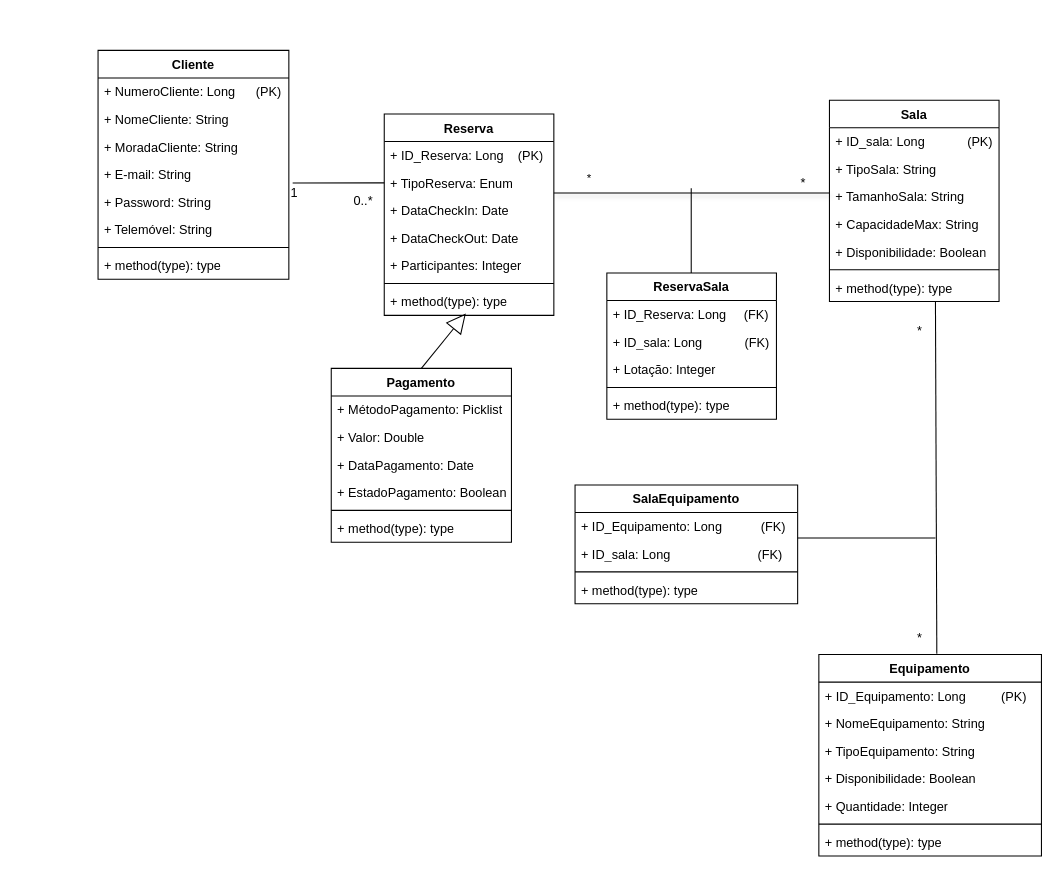
Before: page "Page-1" (1 of 2) of UMLDiagram.drawio in ic3K1ng/Rooms-Equipments, a draw.io diagram. Source tidied: cells renumbered, new cells numbered last; positions are measured from the earlier drawing's top-left corner, leaving out a move shared by most shapes. Both pictures are drawn from the tidied source at 106%, with x=0, y=0 at pixel (98, 50).
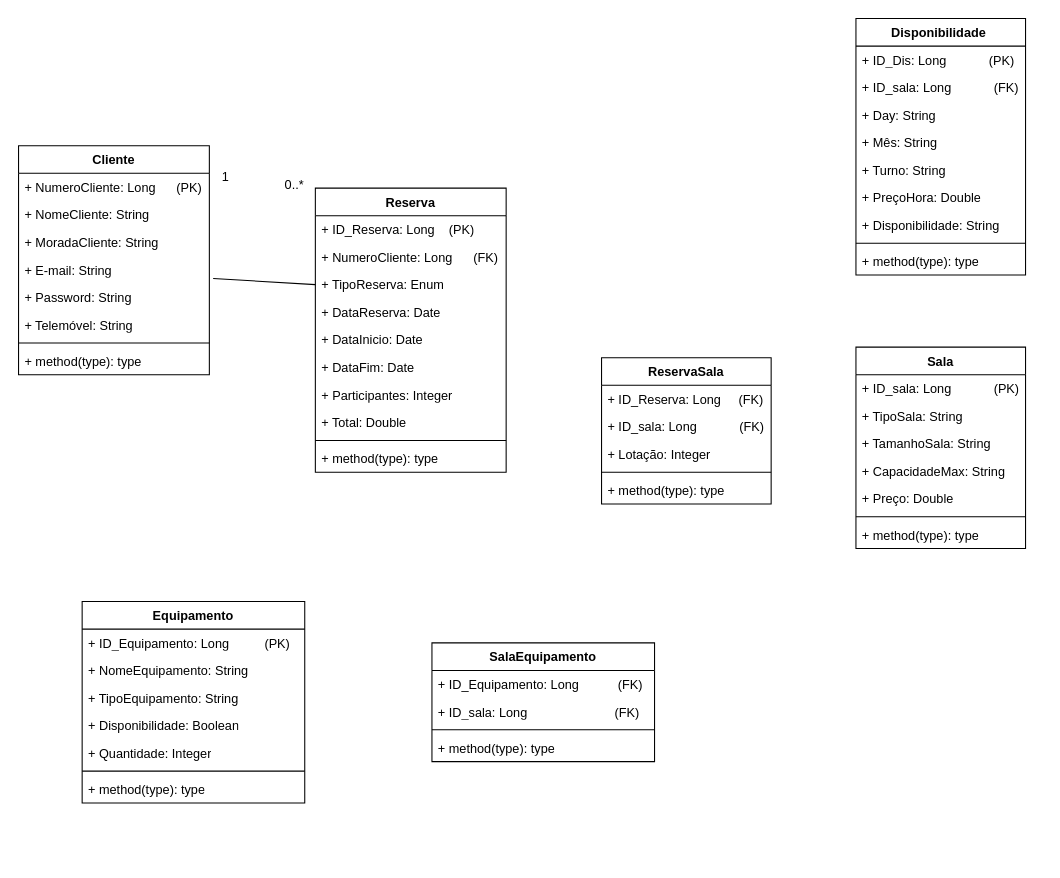
After the change.

Commit message:
One page added to the project

The change refers to these unchanged cells:
```xml
<mxCell id="14" value="+ TamanhoSala: String" style="text;strokeColor=none;fillColor=none;align=left;verticalAlign=top;spacingLeft=4;spacingRight=4;overflow=hidden;points=[[0,0.5],[1,0.5]];portConstraint=eastwest;whiteSpace=wrap;html=1;" parent="11" vertex="1">
  <mxGeometry y="78" width="160" height="26" as="geometry" />
</mxCell>
```

Change to the diagram source:
```diff
@@
     <mxCell id="2" value="Cliente" style="swimlane;fontStyle=1;align=center;verticalAlign=top;horizontal=1;startSize=26;whiteSpace=wrap;html=1;" parent="1" vertex="1">
-      <mxGeometry width="180" height="216" as="geometry" />
+      <mxGeometry x="-75" y="90" width="180" height="216" as="geometry" />
     </mxCell>
@@
     <mxCell id="11" value="Sala" style="swimlane;fontStyle=1;align=center;verticalAlign=top;horizontal=1;startSize=26;whiteSpace=wrap;html=1;" parent="1" vertex="1">
-      <mxGeometry x="690" y="47" width="160" height="190" as="geometry" />
+      <mxGeometry x="715" y="280" width="160" height="190" as="geometry" />
     </mxCell>
@@
-    <mxCell id="16" value="+ Disponibilidade: Boolean" style="text;strokeColor=none;fillColor=none;align=left;verticalAlign=top;spacingLeft=4;spacingRight=4;overflow=hidden;whiteSpace=wrap;html=1;" parent="11" vertex="1">
-      <mxGeometry y="130" width="160" height="26" as="geometry" />
-    </mxCell>
+    <mxCell id="64" value="+ Preço: Double" style="text;strokeColor=none;fillColor=none;align=left;verticalAlign=top;spacingLeft=4;spacingRight=4;overflow=hidden;whiteSpace=wrap;html=1;" parent="11" vertex="1">
+      <mxGeometry y="130" width="160" height="26" as="geometry" />
+    </mxCell>
@@
     <mxCell id="19" value="Reserva" style="swimlane;fontStyle=1;align=center;verticalAlign=top;horizontal=1;startSize=26;whiteSpace=wrap;html=1;" parent="1" vertex="1">
-      <mxGeometry x="270" y="60" width="160" height="190" as="geometry" />
+      <mxGeometry x="205" y="130" width="180" height="268" as="geometry" />
     </mxCell>
     <mxCell id="20" value="+ ID_Reserva: Long&amp;nbsp;&amp;nbsp;&amp;nbsp; (PK)" style="text;strokeColor=none;fillColor=none;align=left;verticalAlign=top;spacingLeft=4;spacingRight=4;overflow=hidden;whiteSpace=wrap;html=1;" parent="19" vertex="1">
-      <mxGeometry y="26" width="160" height="26" as="geometry" />
+      <mxGeometry y="26" width="180" height="26" as="geometry" />
     </mxCell>
+    <mxCell id="65" value="+ NumeroCliente: Long&lt;span style=&quot;white-space: pre;&quot;&gt;&#9;&lt;/span&gt;&amp;nbsp; &amp;nbsp;(FK)" style="text;strokeColor=none;fillColor=none;align=left;verticalAlign=top;spacingLeft=4;spacingRight=4;overflow=hidden;whiteSpace=wrap;html=1;" parent="19" vertex="1">
+      <mxGeometry y="52" width="180" height="26" as="geometry" />
+    </mxCell>
     <mxCell id="21" value="+ TipoReserva: Enum" style="text;strokeColor=none;fillColor=none;align=left;verticalAlign=top;spacingLeft=4;spacingRight=4;overflow=hidden;points=[[0,0.5],[1,0.5]];portConstraint=eastwest;whiteSpace=wrap;html=1;" parent="19" vertex="1">
-      <mxGeometry y="52" width="160" height="26" as="geometry" />
+      <mxGeometry y="78" width="180" height="26" as="geometry" />
     </mxCell>
+    <mxCell id="66" value="+ DataReserva: Date" style="text;strokeColor=none;fillColor=none;align=left;verticalAlign=top;spacingLeft=4;spacingRight=4;overflow=hidden;whiteSpace=wrap;html=1;" parent="19" vertex="1">
+      <mxGeometry y="104" width="180" height="26" as="geometry" />
+    </mxCell>
-    <mxCell id="22" value="+ DataCheckIn: Date" style="text;strokeColor=none;fillColor=none;align=left;verticalAlign=top;spacingLeft=4;spacingRight=4;overflow=hidden;whiteSpace=wrap;html=1;" parent="19" vertex="1">
-      <mxGeometry y="78" width="160" height="26" as="geometry" />
+    <mxCell id="22" value="+ DataInicio: Date" style="text;strokeColor=none;fillColor=none;align=left;verticalAlign=top;spacingLeft=4;spacingRight=4;overflow=hidden;whiteSpace=wrap;html=1;" parent="19" vertex="1">
+      <mxGeometry y="130" width="180" height="26" as="geometry" />
     </mxCell>
-    <mxCell id="23" value="+ DataCheckOut: Date" style="text;strokeColor=none;fillColor=none;align=left;verticalAlign=top;spacingLeft=4;spacingRight=4;overflow=hidden;whiteSpace=wrap;html=1;" parent="19" vertex="1">
-      <mxGeometry y="104" width="160" height="26" as="geometry" />
+    <mxCell id="23" value="+ DataFim: Date" style="text;strokeColor=none;fillColor=none;align=left;verticalAlign=top;spacingLeft=4;spacingRight=4;overflow=hidden;whiteSpace=wrap;html=1;" parent="19" vertex="1">
+      <mxGeometry y="156" width="180" height="26" as="geometry" />
     </mxCell>
     <mxCell id="24" value="+ Participantes: Integer" style="text;strokeColor=none;fillColor=none;align=left;verticalAlign=top;spacingLeft=4;spacingRight=4;overflow=hidden;whiteSpace=wrap;html=1;" parent="19" vertex="1">
-      <mxGeometry y="130" width="160" height="26" as="geometry" />
+      <mxGeometry y="182" width="180" height="26" as="geometry" />
     </mxCell>
+    <mxCell id="67" value="+ Total: Double" style="text;strokeColor=none;fillColor=none;align=left;verticalAlign=top;spacingLeft=4;spacingRight=4;overflow=hidden;whiteSpace=wrap;html=1;" parent="19" vertex="1">
+      <mxGeometry y="208" width="180" height="26" as="geometry" />
+    </mxCell>
     <mxCell id="25" style="line;strokeWidth=1;fillColor=none;align=left;verticalAlign=middle;spacingTop=-1;spacingLeft=3;spacingRight=3;labelPosition=right;strokeColor=inherit;" parent="19" vertex="1">
-      <mxGeometry y="156" width="160" height="8" as="geometry" />
+      <mxGeometry y="234" width="180" height="8" as="geometry" />
     </mxCell>
     <mxCell id="26" value="+ method(type): type" style="text;strokeColor=none;fillColor=none;align=left;verticalAlign=top;spacingLeft=4;spacingRight=4;overflow=hidden;points=[[0,0.5],[1,0.5]];portConstraint=eastwest;whiteSpace=wrap;html=1;" parent="19" vertex="1">
-      <mxGeometry y="164" width="160" height="26" as="geometry" />
+      <mxGeometry y="242" width="180" height="26" as="geometry" />
     </mxCell>
     <mxCell id="27" value="Equipamento" style="swimlane;fontStyle=1;align=center;verticalAlign=top;horizontal=1;startSize=26;whiteSpace=wrap;html=1;" parent="1" vertex="1">
-      <mxGeometry x="680" y="570" width="210" height="190" as="geometry" />
+      <mxGeometry x="-15" y="520" width="210" height="190" as="geometry" />
     </mxCell>
@@
-    <mxCell id="35" value="Pagamento" style="swimlane;fontStyle=1;align=center;verticalAlign=top;horizontal=1;startSize=26;whiteSpace=wrap;html=1;" parent="1" vertex="1">
-      <mxGeometry x="220" y="300" width="170" height="164" as="geometry" />
-    </mxCell>
-    <mxCell id="36" value="+ MétodoPagamento: Picklist" style="text;strokeColor=none;fillColor=none;align=left;verticalAlign=top;spacingLeft=4;spacingRight=4;overflow=hidden;whiteSpace=wrap;html=1;" parent="35" vertex="1">
-      <mxGeometry y="26" width="170" height="26" as="geometry" />
-    </mxCell>
-    <mxCell id="37" value="+ Valor: Double" style="text;strokeColor=none;fillColor=none;align=left;verticalAlign=top;spacingLeft=4;spacingRight=4;overflow=hidden;whiteSpace=wrap;html=1;" parent="35" vertex="1">
-      <mxGeometry y="52" width="170" height="26" as="geometry" />
-    </mxCell>
-    <mxCell id="38" value="+ DataPagamento: Date" style="text;strokeColor=none;fillColor=none;align=left;verticalAlign=top;spacingLeft=4;spacingRight=4;overflow=hidden;whiteSpace=wrap;html=1;" parent="35" vertex="1">
-      <mxGeometry y="78" width="170" height="26" as="geometry" />
-    </mxCell>
-    <mxCell id="39" value="+ EstadoPagamento: Boolean" style="text;strokeColor=none;fillColor=none;align=left;verticalAlign=top;spacingLeft=4;spacingRight=4;overflow=hidden;whiteSpace=wrap;html=1;" parent="35" vertex="1">
-      <mxGeometry y="104" width="170" height="26" as="geometry" />
-    </mxCell>
-    <mxCell id="40" style="line;strokeWidth=1;fillColor=none;align=left;verticalAlign=middle;spacingTop=-1;spacingLeft=3;spacingRight=3;labelPosition=right;strokeColor=inherit;" parent="35" vertex="1">
-      <mxGeometry y="130" width="170" height="8" as="geometry" />
-    </mxCell>
-    <mxCell id="41" value="+ method(type): type" style="text;strokeColor=none;fillColor=none;align=left;verticalAlign=top;spacingLeft=4;spacingRight=4;overflow=hidden;whiteSpace=wrap;html=1;" parent="35" vertex="1">
-      <mxGeometry y="138" width="170" height="26" as="geometry" />
-    </mxCell>
-    <mxCell id="42" value="&lt;div&gt;&lt;br&gt;&lt;/div&gt;" style="endArrow=block;endSize=16;endFill=0;html=1;rounded=0;entryX=0.481;entryY=0.936;entryDx=0;entryDy=0;entryPerimeter=0;exitX=0.5;exitY=0;exitDx=0;exitDy=0;" parent="1" edge="1" source="35" target="26">
-      <mxGeometry relative="1" as="geometry" />
-    </mxCell>
@@
     <mxCell id="44" value="1" style="text;html=1;align=center;verticalAlign=middle;strokeColor=none;fillColor=none;" parent="1" vertex="1">
-      <mxGeometry x="170" y="120" width="30" height="30" as="geometry" />
+      <mxGeometry x="105" y="105" width="30" height="30" as="geometry" />
     </mxCell>
     <mxCell id="45" value="0..*" style="text;html=1;align=center;verticalAlign=middle;strokeColor=none;fillColor=none;" parent="1" vertex="1">
-      <mxGeometry x="230" y="127" width="40" height="30" as="geometry" />
+      <mxGeometry x="165" y="112" width="40" height="30" as="geometry" />
     </mxCell>
-    <mxCell id="46" value="&lt;span style=&quot;white-space: pre;&quot;&gt;&#9;&lt;/span&gt;*" style="endArrow=none;html=1;endSize=12;startArrow=none;startSize=14;startFill=0;edgeStyle=orthogonalEdgeStyle;align=left;verticalAlign=bottom;rounded=0;shadow=1;endFill=0;entryX=-0.002;entryY=0.369;entryDx=0;entryDy=0;entryPerimeter=0;" parent="1" edge="1" target="14">
-      <mxGeometry x="-0.96" y="5" relative="1" as="geometry">
-        <mxPoint x="430" y="134.6" as="sourcePoint" />
-        <Array as="points">
-          <mxPoint x="561" y="135" />
-          <mxPoint x="561" y="135" />
-        </Array>
-      </mxGeometry>
-    </mxCell>
-    <mxCell id="47" value="*" style="text;html=1;align=center;verticalAlign=middle;strokeColor=none;fillColor=none;" parent="1" vertex="1">
-      <mxGeometry x="650" y="110" width="30" height="30" as="geometry" />
-    </mxCell>
-    <mxCell id="48" style="endArrow=none;html=1;rounded=0;exitX=0.731;exitY=1.103;exitDx=0;exitDy=0;exitPerimeter=0;entryX=0.468;entryY=0.01;entryDx=0;entryDy=0;entryPerimeter=0;" parent="1" edge="1">
-      <mxGeometry relative="1" as="geometry">
-        <mxPoint x="790" y="237" as="sourcePoint" />
-        <mxPoint x="791.3" y="569.2" as="targetPoint" />
-      </mxGeometry>
-    </mxCell>
     <mxCell id="49" value="ReservaSala" style="swimlane;fontStyle=1;align=center;verticalAlign=top;horizontal=1;startSize=26;whiteSpace=wrap;html=1;" parent="1" vertex="1">
-      <mxGeometry x="480" y="210" width="160" height="138" as="geometry" />
+      <mxGeometry x="475" y="290" width="160" height="138" as="geometry" />
     </mxCell>
@@
-    <mxCell id="55" style="endArrow=none;html=1;edgeStyle=orthogonalEdgeStyle;rounded=0;" parent="1" edge="1">
-      <mxGeometry relative="1" as="geometry">
-        <mxPoint x="559.6" y="130" as="sourcePoint" />
-        <mxPoint x="559.6" y="210" as="targetPoint" />
-        <Array as="points">
-          <mxPoint x="559.6" y="140" />
-          <mxPoint x="559.6" y="237" />
-        </Array>
-      </mxGeometry>
-    </mxCell>
-    <mxCell id="56" style="endArrow=none;html=1;rounded=0;" parent="1" edge="1">
-      <mxGeometry relative="1" as="geometry">
-        <mxPoint x="790" y="460" as="sourcePoint" />
-        <mxPoint x="660" y="460" as="targetPoint" />
-      </mxGeometry>
-    </mxCell>
     <mxCell id="57" value="SalaEquipamento" style="swimlane;fontStyle=1;align=center;verticalAlign=top;horizontal=1;startSize=26;whiteSpace=wrap;html=1;" parent="1" vertex="1">
-      <mxGeometry x="450" y="410" width="210" height="112" as="geometry" />
+      <mxGeometry x="315" y="559" width="210" height="112" as="geometry" />
     </mxCell>
@@
-    <mxCell id="62" value="*" style="text;html=1;align=center;verticalAlign=middle;strokeColor=none;fillColor=none;" parent="1" vertex="1">
-      <mxGeometry x="760" y="250" width="30" height="30" as="geometry" />
-    </mxCell>
-    <mxCell id="63" value="*" style="text;html=1;align=center;verticalAlign=middle;strokeColor=none;fillColor=none;" parent="1" vertex="1">
-      <mxGeometry x="760" y="540" width="30" height="30" as="geometry" />
-    </mxCell>
+    <mxCell id="68" value="Disponibilidade&amp;nbsp;" style="swimlane;fontStyle=1;align=center;verticalAlign=top;horizontal=1;startSize=26;whiteSpace=wrap;html=1;" parent="1" vertex="1">
+      <mxGeometry x="715" y="-30" width="160" height="242" as="geometry" />
+    </mxCell>
+    <mxCell id="69" value="+ ID_Dis: Long&amp;nbsp; &amp;nbsp; &amp;nbsp; &amp;nbsp; &amp;nbsp; &amp;nbsp; (PK)" style="text;strokeColor=none;fillColor=none;align=left;verticalAlign=top;spacingLeft=4;spacingRight=4;overflow=hidden;whiteSpace=wrap;html=1;" parent="68" vertex="1">
+      <mxGeometry y="26" width="160" height="26" as="geometry" />
+    </mxCell>
+    <mxCell id="70" value="+ ID_sala: Long&amp;nbsp; &amp;nbsp; &amp;nbsp; &amp;nbsp; &amp;nbsp; &amp;nbsp; (FK)" style="text;strokeColor=none;fillColor=none;align=left;verticalAlign=top;spacingLeft=4;spacingRight=4;overflow=hidden;whiteSpace=wrap;html=1;" parent="68" vertex="1">
+      <mxGeometry y="52" width="160" height="26" as="geometry" />
+    </mxCell>
+    <mxCell id="71" value="+ Day: String" style="text;strokeColor=none;fillColor=none;align=left;verticalAlign=top;spacingLeft=4;spacingRight=4;overflow=hidden;whiteSpace=wrap;html=1;" parent="68" vertex="1">
+      <mxGeometry y="78" width="160" height="26" as="geometry" />
+    </mxCell>
+    <mxCell id="72" value="+ Mês: String" style="text;strokeColor=none;fillColor=none;align=left;verticalAlign=top;spacingLeft=4;spacingRight=4;overflow=hidden;whiteSpace=wrap;html=1;" parent="68" vertex="1">
+      <mxGeometry y="104" width="160" height="26" as="geometry" />
+    </mxCell>
+    <mxCell id="73" value="+ Turno: String" style="text;strokeColor=none;fillColor=none;align=left;verticalAlign=top;spacingLeft=4;spacingRight=4;overflow=hidden;whiteSpace=wrap;html=1;" parent="68" vertex="1">
+      <mxGeometry y="130" width="160" height="26" as="geometry" />
+    </mxCell>
+    <mxCell id="74" value="+ PreçoHora: Double" style="text;strokeColor=none;fillColor=none;align=left;verticalAlign=top;spacingLeft=4;spacingRight=4;overflow=hidden;whiteSpace=wrap;html=1;" parent="68" vertex="1">
+      <mxGeometry y="156" width="160" height="26" as="geometry" />
+    </mxCell>
+    <mxCell id="75" value="+ Disponibilidade: String" style="text;strokeColor=none;fillColor=none;align=left;verticalAlign=top;spacingLeft=4;spacingRight=4;overflow=hidden;whiteSpace=wrap;html=1;" parent="68" vertex="1">
+      <mxGeometry y="182" width="160" height="26" as="geometry" />
+    </mxCell>
+    <mxCell id="76" style="line;strokeWidth=1;fillColor=none;align=left;verticalAlign=middle;spacingTop=-1;spacingLeft=3;spacingRight=3;labelPosition=right;strokeColor=inherit;" parent="68" vertex="1">
+      <mxGeometry y="208" width="160" height="8" as="geometry" />
+    </mxCell>
+    <mxCell id="41" value="+ method(type): type" style="text;strokeColor=none;fillColor=none;align=left;verticalAlign=top;spacingLeft=4;spacingRight=4;overflow=hidden;whiteSpace=wrap;html=1;" parent="68" vertex="1">
+      <mxGeometry y="216" width="160" height="26" as="geometry" />
+    </mxCell>
```
